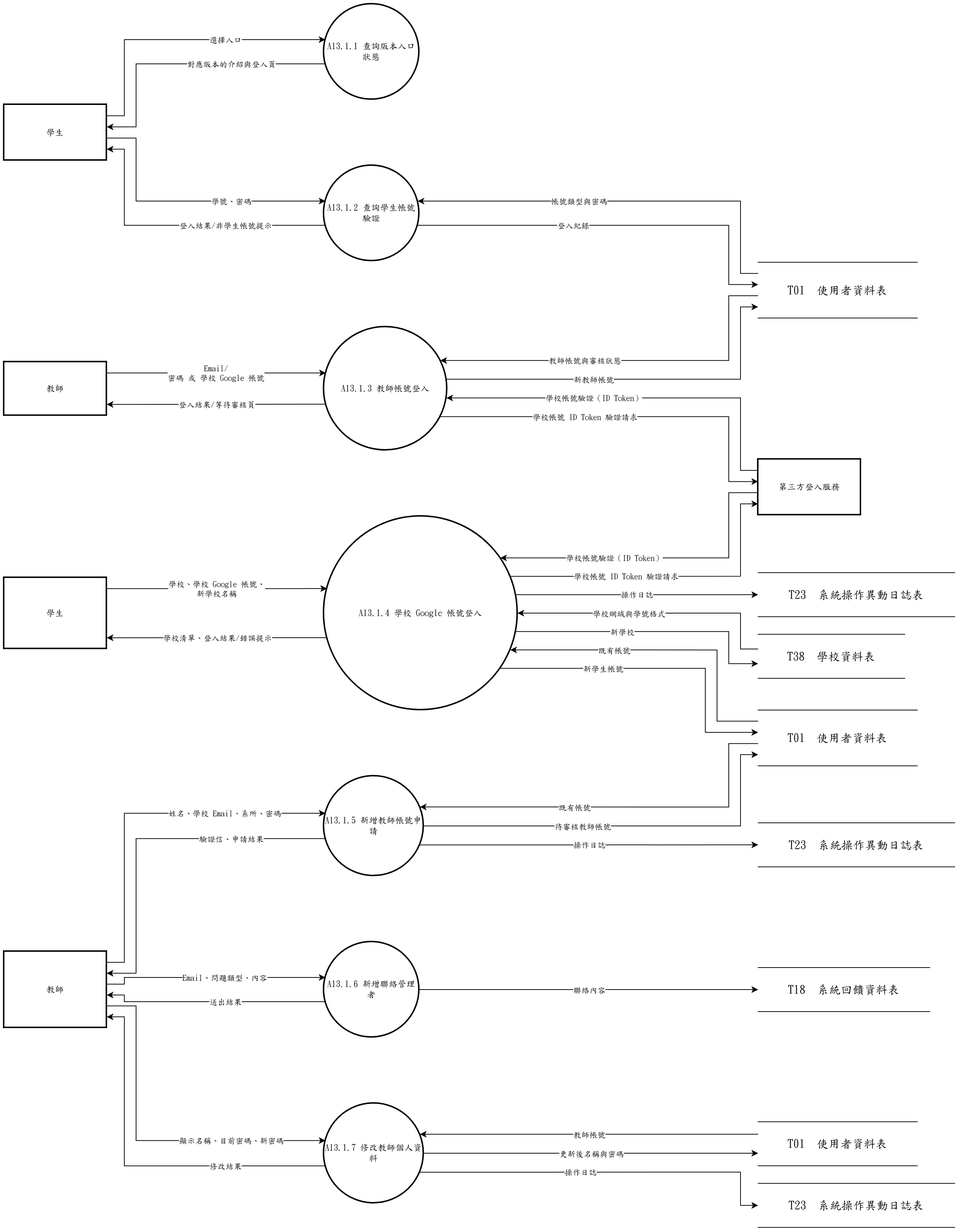
Before: 系統文件/第6章/DFD圖/圖13/圖13-1.drawio.png, a diagram exported from draw.io (s22452007/115502). Source tidied: cells renumbered, new cells last; positions are measured from the earlier drawing's top-left corner, leaving out a move shared by most shapes.
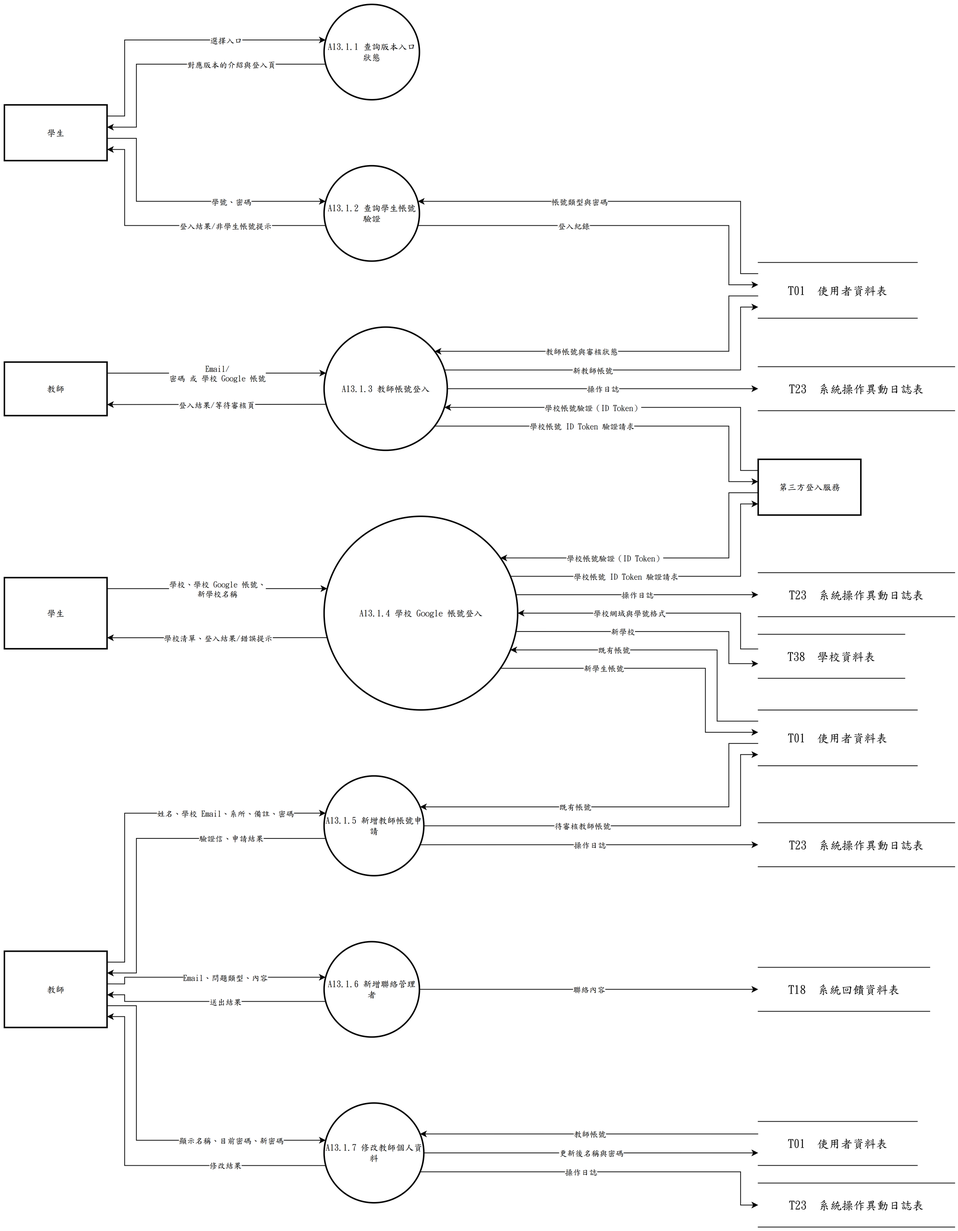
After the commit.

What changed in the source:
```diff
@@ -44,6 +44,9 @@
     <mxCell id="15" value="T23  系統操作異動日誌表" style="shape=partialRectangle;whiteSpace=wrap;html=1;left=0;right=0;fontFamily=標楷體;fontSize=16;" parent="1" vertex="1">
       <mxGeometry x="1028" y="774.9" width="268" height="60" as="geometry" />
     </mxCell>
+    <mxCell id="90" value="T23  系統操作異動日誌表" style="shape=partialRectangle;whiteSpace=wrap;html=1;left=0;right=0;fontFamily=標楷體;fontSize=16;" parent="1" vertex="1">
+      <mxGeometry x="1028" y="494" width="268" height="60" as="geometry" />
+    </mxCell>
     <mxCell id="16" value="T38  學校資料表" style="shape=partialRectangle;whiteSpace=wrap;html=1;left=0;right=0;fontFamily=標楷體;fontSize=16;" parent="1" vertex="1">
       <mxGeometry x="1028" y="858.9" width="200" height="60" as="geometry" />
     </mxCell>
@@ -134,27 +137,27 @@
     <mxCell id="35" value="Email/&lt;br&gt;密碼 或 學校 Google 帳號" style="edgeLabel;html=1;align=center;verticalAlign=middle;fontFamily=標楷體;" parent="34" vertex="1">
       <mxGeometry relative="1" as="geometry" />
     </mxCell>
-    <mxCell id="36" style="edgeStyle=none;rounded=0;html=1;fontFamily=標楷體;endArrow=classic;exitX=0.0000;exitY=0.2000;exitDx=0;exitDy=0;exitPerimeter=0;entryX=0.9942;entryY=0.5760;entryDx=0;entryDy=0;entryPerimeter=0;" parent="1" edge="1" source="14" target="4">
+    <mxCell id="36" style="edgeStyle=none;rounded=0;html=1;fontFamily=標楷體;endArrow=classic;exitX=0.0000;exitY=0.2000;exitDx=0;exitDy=0;exitPerimeter=0;entryX=0.9764;entryY=0.6518;entryDx=0;entryDy=0;entryPerimeter=0;" parent="1" edge="1" source="14" target="4">
       <mxGeometry relative="1" as="geometry">
         <Array as="points">
           <mxPoint x="1004" y="635.5" />
-          <mxPoint x="1004" y="536.8" />
+          <mxPoint x="1004" y="549.5" />
         </Array>
       </mxGeometry>
     </mxCell>
     <mxCell id="37" value="學校帳號驗證（ID Token）" style="edgeLabel;html=1;align=center;verticalAlign=middle;fontFamily=標楷體;" parent="36" vertex="1">
-      <mxGeometry x="0.23" relative="1" as="geometry" />
+      <mxGeometry x="0.21" relative="1" as="geometry" />
     </mxCell>
-    <mxCell id="38" style="edgeStyle=none;rounded=0;html=1;fontFamily=標楷體;endArrow=classic;exitX=0.0000;exitY=0.6000;exitDx=0;exitDy=0;exitPerimeter=0;entryX=0.9450;entryY=0.2720;entryDx=0;entryDy=0;entryPerimeter=0;" parent="1" edge="1" source="13" target="4">
+    <mxCell id="38" style="edgeStyle=none;rounded=0;html=1;fontFamily=標楷體;endArrow=classic;exitX=0.0000;exitY=0.6000;exitDx=0;exitDy=0;exitPerimeter=0;entryX=0.8973;entryY=0.1964;entryDx=0;entryDy=0;entryPerimeter=0;" parent="1" edge="1" source="13" target="4">
       <mxGeometry relative="1" as="geometry">
         <Array as="points">
           <mxPoint x="988" y="397.5" />
-          <mxPoint x="988" y="485.7" />
+          <mxPoint x="988" y="473" />
         </Array>
       </mxGeometry>
     </mxCell>
     <mxCell id="39" value="教師帳號與審核狀態" style="edgeLabel;html=1;align=center;verticalAlign=middle;fontFamily=標楷體;" parent="38" vertex="1">
-      <mxGeometry x="0.25" relative="1" as="geometry" />
+      <mxGeometry x="0.22" relative="1" as="geometry" />
     </mxCell>
     <mxCell id="40" style="edgeStyle=none;rounded=0;html=1;fontFamily=標楷體;endArrow=classic;exitX=0.0163;exitY=0.6267;exitDx=0;exitDy=0;exitPerimeter=0;entryX=1.0000;entryY=0.7933;entryDx=0;entryDy=0;entryPerimeter=0;" parent="1" edge="1" source="4" target="10">
       <mxGeometry relative="1" as="geometry" />
@@ -162,27 +165,27 @@
     <mxCell id="41" value="登入結果/等待審核頁" style="edgeLabel;html=1;align=center;verticalAlign=middle;fontFamily=標楷體;" parent="40" vertex="1">
       <mxGeometry relative="1" as="geometry" />
     </mxCell>
-    <mxCell id="42" style="edgeStyle=none;rounded=0;html=1;fontFamily=標楷體;endArrow=classic;exitX=0.9450;exitY=0.7280;exitDx=0;exitDy=0;exitPerimeter=0;entryX=0.0000;entryY=0.4000;entryDx=0;entryDy=0;entryPerimeter=0;" parent="1" edge="1" source="4" target="14">
+    <mxCell id="42" style="edgeStyle=none;rounded=0;html=1;fontFamily=標楷體;endArrow=classic;exitX=0.8973;exitY=0.8036;exitDx=0;exitDy=0;exitPerimeter=0;entryX=0.0000;entryY=0.4000;entryDx=0;entryDy=0;entryPerimeter=0;" parent="1" edge="1" source="4" target="14">
       <mxGeometry relative="1" as="geometry">
         <Array as="points">
-          <mxPoint x="988" y="562.3" />
+          <mxPoint x="988" y="575" />
           <mxPoint x="988" y="650.7" />
         </Array>
       </mxGeometry>
     </mxCell>
     <mxCell id="43" value="學校帳號 ID Token 驗證請求" style="edgeLabel;html=1;align=center;verticalAlign=middle;fontFamily=標楷體;" parent="42" vertex="1">
-      <mxGeometry x="-0.25" relative="1" as="geometry" />
+      <mxGeometry x="-0.22" relative="1" as="geometry" />
     </mxCell>
-    <mxCell id="44" style="edgeStyle=none;rounded=0;html=1;fontFamily=標楷體;endArrow=classic;exitX=0.9942;exitY=0.4240;exitDx=0;exitDy=0;exitPerimeter=0;entryX=0.0000;entryY=0.8000;entryDx=0;entryDy=0;entryPerimeter=0;" parent="1" edge="1" source="4" target="13">
+    <mxCell id="44" style="edgeStyle=none;rounded=0;html=1;fontFamily=標楷體;endArrow=classic;exitX=0.9764;exitY=0.3482;exitDx=0;exitDy=0;exitPerimeter=0;entryX=0.0000;entryY=0.8000;entryDx=0;entryDy=0;entryPerimeter=0;" parent="1" edge="1" source="4" target="13">
       <mxGeometry relative="1" as="geometry">
         <Array as="points">
-          <mxPoint x="1004" y="511.2" />
+          <mxPoint x="1004" y="498.5" />
           <mxPoint x="1004" y="412.7" />
         </Array>
       </mxGeometry>
     </mxCell>
     <mxCell id="45" value="新教師帳號" style="edgeLabel;html=1;align=center;verticalAlign=middle;fontFamily=標楷體;" parent="44" vertex="1">
-      <mxGeometry x="-0.23" relative="1" as="geometry" />
+      <mxGeometry x="-0.21" relative="1" as="geometry" />
     </mxCell>
     <mxCell id="46" style="edgeStyle=none;rounded=0;html=1;fontFamily=標楷體;endArrow=classic;exitX=1.0000;exitY=0.1548;exitDx=0;exitDy=0;exitPerimeter=0;entryX=0.0163;entryY=0.3733;entryDx=0;entryDy=0;entryPerimeter=0;" parent="1" edge="1" source="11" target="5">
       <mxGeometry relative="1" as="geometry" />
@@ -276,7 +279,7 @@
         </Array>
       </mxGeometry>
     </mxCell>
-    <mxCell id="65" value="姓名、學校 Email、系所、密碼" style="edgeLabel;html=1;align=center;verticalAlign=middle;fontFamily=標楷體;" parent="64" vertex="1">
+    <mxCell id="65" value="姓名、學校 Email、系所、備註、密碼" style="edgeLabel;html=1;align=center;verticalAlign=middle;fontFamily=標楷體;" parent="64" vertex="1">
       <mxGeometry x="0.45" relative="1" as="geometry" />
     </mxCell>
     <mxCell id="66" style="edgeStyle=none;rounded=0;html=1;fontFamily=標楷體;endArrow=classic;exitX=0.0000;exitY=0.6000;exitDx=0;exitDy=0;exitPerimeter=0;entryX=0.9625;entryY=0.3100;entryDx=0;entryDy=0;entryPerimeter=0;" parent="1" edge="1" source="17" target="6">
@@ -391,5 +394,11 @@
     <mxCell id="89" value="操作日誌" style="edgeLabel;html=1;align=center;verticalAlign=middle;fontFamily=標楷體;" parent="88" vertex="1">
       <mxGeometry x="-0.14" relative="1" as="geometry" />
     </mxCell>
+    <mxCell id="91" style="edgeStyle=none;rounded=0;html=1;fontFamily=標楷體;endArrow=classic;exitX=1.0000;exitY=0.5000;exitDx=0;exitDy=0;exitPerimeter=0;entryX=0.0000;entryY=0.5000;entryDx=0;entryDy=0;entryPerimeter=0;" parent="1" edge="1" source="4" target="90">
+      <mxGeometry relative="1" as="geometry" />
+    </mxCell>
+    <mxCell id="92" value="操作日誌" style="edgeLabel;html=1;align=center;verticalAlign=middle;fontFamily=標楷體;" parent="91" vertex="1">
+      <mxGeometry relative="1" as="geometry" />
+    </mxCell>
   </root>
 </mxGraphModel>
```
